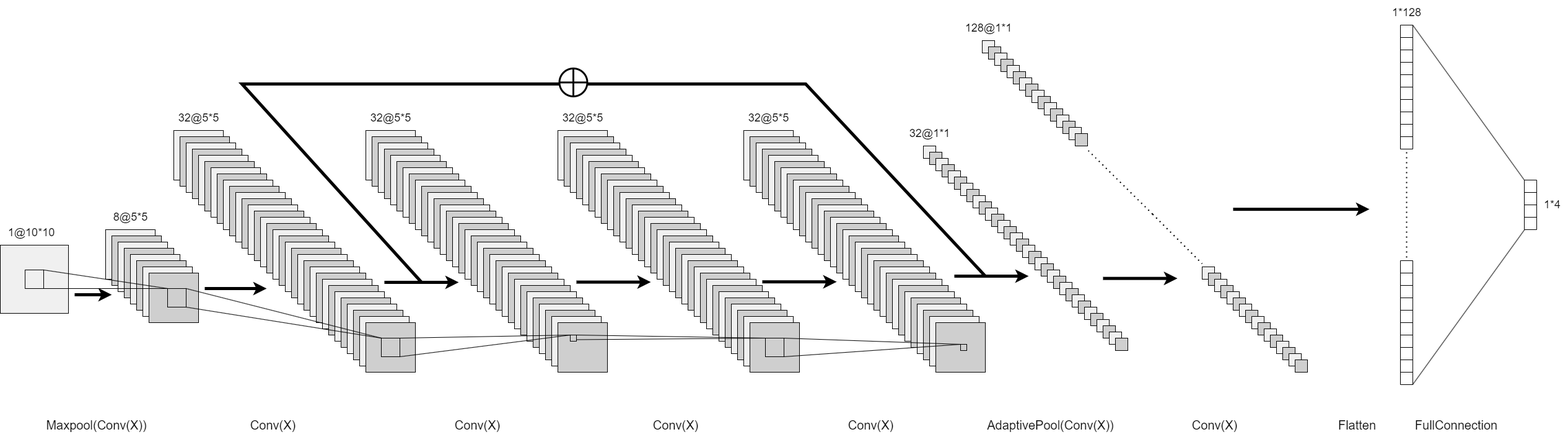
Earlier version of the draw.io export cnn.drawio.png (Purer-lyk/network_pic). Source tidied: cells renumbered, new cells last; positions are measured from the earlier drawing's top-left corner, leaving out a move shared by most shapes.
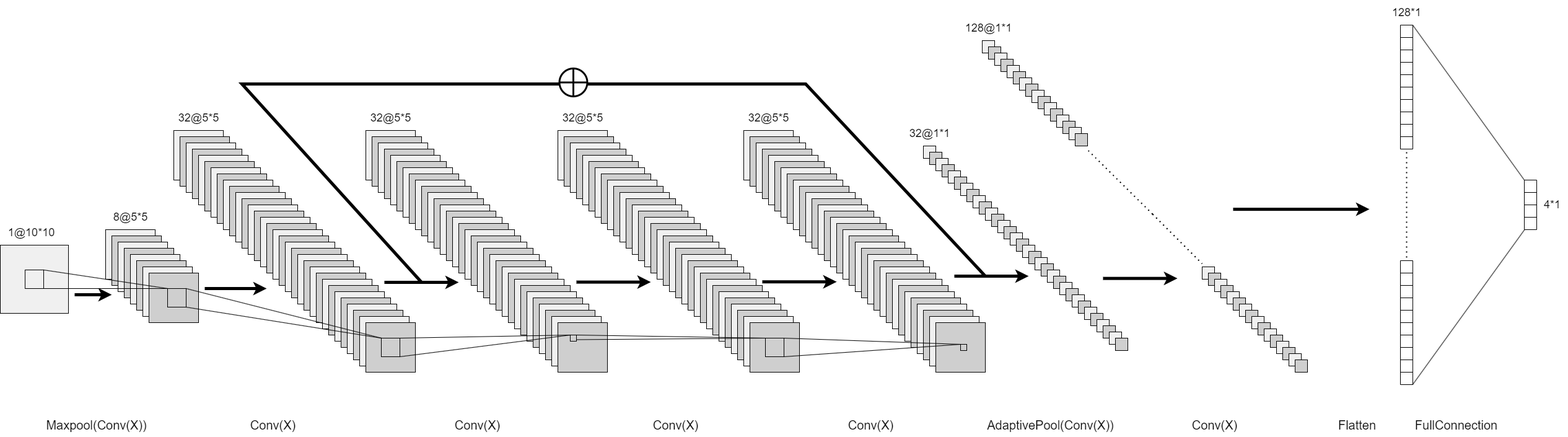
The same diagram one commit later.

The edit, as a diff of the source:
```diff
@@ -938,10 +938,10 @@
     <mxCell id="300" value="&lt;font style=&quot;font-size: 20px;&quot;&gt;FullConnection&lt;/font&gt;" style="text;html=1;align=center;verticalAlign=middle;strokeColor=none;fillColor=none;" parent="1" vertex="1">
       <mxGeometry x="2270" y="665" width="160" height="40" as="geometry" />
     </mxCell>
-    <mxCell id="301" value="&lt;font style=&quot;font-size: 18px;&quot;&gt;1*128&lt;/font&gt;" style="text;html=1;align=center;verticalAlign=middle;strokeColor=none;fillColor=none;" parent="1" vertex="1">
+    <mxCell id="301" value="&lt;font style=&quot;font-size: 18px;&quot;&gt;128*1&lt;/font&gt;" style="text;html=1;align=center;verticalAlign=middle;strokeColor=none;fillColor=none;" parent="1" vertex="1">
       <mxGeometry x="2235" width="70" height="40" as="geometry" />
     </mxCell>
-    <mxCell id="302" value="&lt;font style=&quot;font-size: 18px;&quot;&gt;1*4&lt;/font&gt;" style="text;html=1;align=center;verticalAlign=middle;strokeColor=none;fillColor=none;" parent="1" vertex="1">
+    <mxCell id="302" value="&lt;font style=&quot;font-size: 18px;&quot;&gt;4*1&lt;/font&gt;" style="text;html=1;align=center;verticalAlign=middle;strokeColor=none;fillColor=none;" parent="1" vertex="1">
       <mxGeometry x="2480" y="310" width="50" height="40" as="geometry" />
     </mxCell>
     <mxCell id="303" style="verticalLabelPosition=bottom;verticalAlign=top;html=1;shape=mxgraph.flowchart.summing_function;strokeWidth=3;" parent="1" vertex="1">
```
